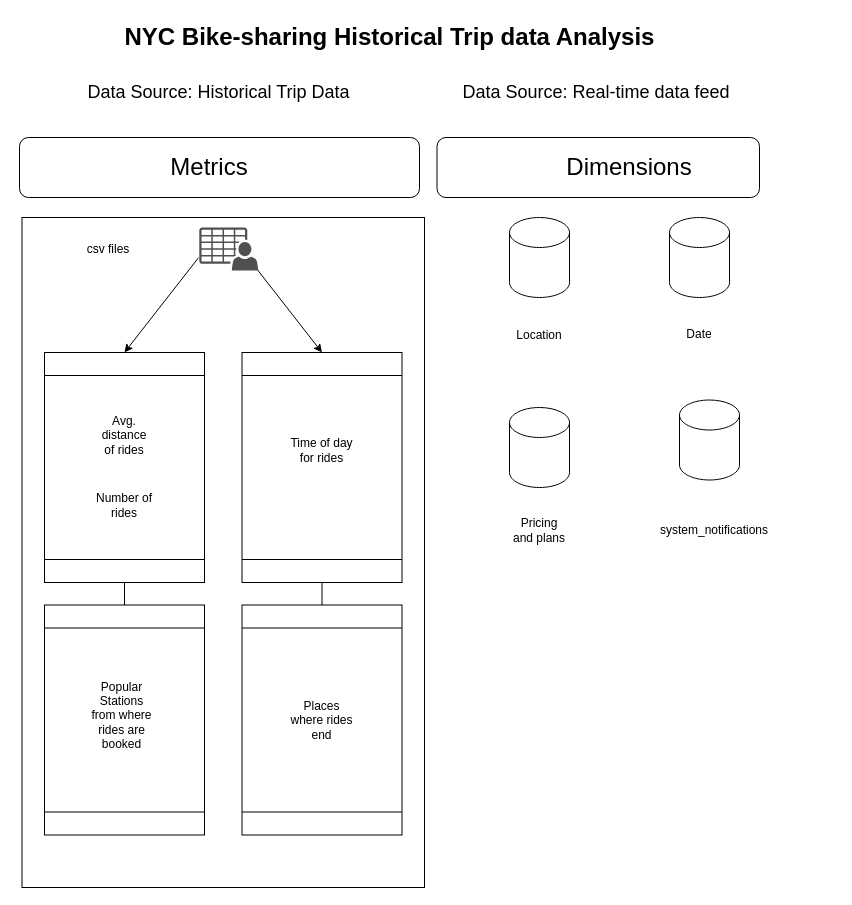
Earlier version of the draw.io diagram meetapandit_conceptual_modeling.drawio (meetapandit/nyc-citibike-data-pipeline). Source tidied: cells renumbered, new cells numbered last; positions are measured from the earlier drawing's top-left corner, leaving out a move shared by most shapes. Both pictures are drawn from the tidied source at 100%, with x=0, y=0 at pixel (9, 17).
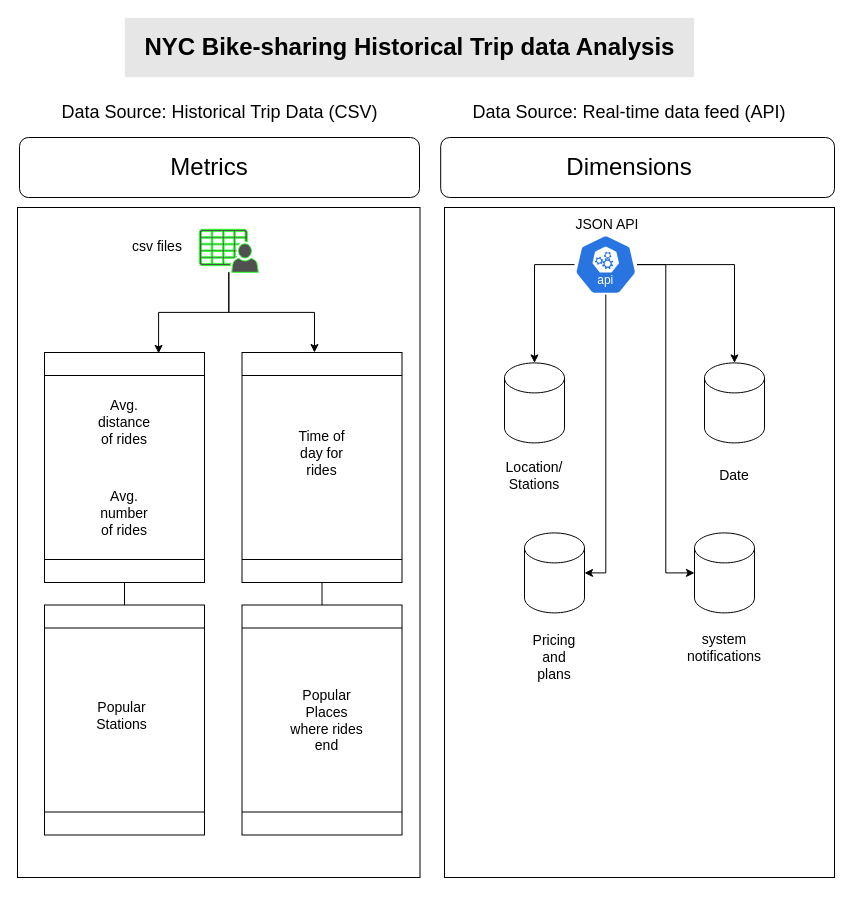
The same page after the edit.

Commit message (it also covers changes not shown here):
updated conceptual model

Unchanged cells that the change refers to:
```xml
<mxCell id="4" style="shape=process;whiteSpace=wrap;html=1;backgroundOutline=1;rotation=-90;" parent="1" vertex="1">
  <mxGeometry y="370" width="230" height="160" as="geometry" />
</mxCell>
<mxCell id="5" style="shape=process;whiteSpace=wrap;html=1;backgroundOutline=1;rotation=-90;" parent="1" vertex="1">
  <mxGeometry x="197.5" y="370" width="230" height="160" as="geometry" />
</mxCell>
```

What changed in the source:
```diff
@@
+    <mxCell id="33" style="rounded=0;whiteSpace=wrap;html=1;fillColor=#E6E6E6;strokeColor=#FCFCFC;" parent="1" vertex="1">
+      <mxGeometry x="115" width="570" height="60" as="geometry" />
+    </mxCell>
+    <mxCell id="34" style="rounded=0;whiteSpace=wrap;html=1;" parent="1" vertex="1">
+      <mxGeometry x="435" y="190" width="390" height="670" as="geometry" />
+    </mxCell>
     <mxCell id="2" style="rounded=0;whiteSpace=wrap;html=1;" parent="1" vertex="1">
-      <mxGeometry x="12.5" y="200" width="402.5" height="670" as="geometry" />
+      <mxGeometry x="8" y="190" width="402.5" height="670" as="geometry" />
     </mxCell>
     <mxCell id="3" value="NYC Bike-sharing Historical Trip data Analysis" style="text;strokeColor=none;fillColor=none;html=1;fontSize=24;fontStyle=1;verticalAlign=middle;align=center;" parent="1" vertex="1">
-      <mxGeometry x="115" width="530" height="40" as="geometry" />
+      <mxGeometry x="135" y="10" width="530" height="40" as="geometry" />
     </mxCell>
@@
-    <mxCell id="6" value="Avg. distance of rides" style="text;html=1;align=center;verticalAlign=middle;whiteSpace=wrap;rounded=0;" parent="1" vertex="1">
-      <mxGeometry x="85" y="392.5" width="60" height="50" as="geometry" />
+    <mxCell id="6" value="&lt;font style=&quot;font-size: 14px;&quot;&gt;Avg. distance of rides&lt;/font&gt;" style="text;html=1;align=center;verticalAlign=middle;whiteSpace=wrap;rounded=0;" parent="1" vertex="1">
+      <mxGeometry x="85" y="380" width="60" height="50" as="geometry" />
     </mxCell>
-    <mxCell id="7" value="Number of rides" style="text;html=1;align=center;verticalAlign=middle;whiteSpace=wrap;rounded=0;" parent="1" vertex="1">
-      <mxGeometry x="85" y="472.5" width="60" height="30" as="geometry" />
+    <mxCell id="7" value="&lt;font style=&quot;font-size: 14px;&quot;&gt;Avg. number of rides&lt;/font&gt;" style="text;html=1;align=center;verticalAlign=middle;whiteSpace=wrap;rounded=0;" parent="1" vertex="1">
+      <mxGeometry x="85" y="472.5" width="60" height="47.5" as="geometry" />
     </mxCell>
-    <mxCell id="8" value="Time of day for rides" style="text;html=1;align=center;verticalAlign=middle;whiteSpace=wrap;rounded=0;" parent="1" vertex="1">
-      <mxGeometry x="280" y="412.5" width="65" height="40" as="geometry" />
+    <mxCell id="8" value="&lt;font style=&quot;font-size: 14px;&quot;&gt;Time of day for rides&lt;/font&gt;" style="text;html=1;align=center;verticalAlign=middle;whiteSpace=wrap;rounded=0;" parent="1" vertex="1">
+      <mxGeometry x="280" y="412.5" width="65" height="47.5" as="geometry" />
     </mxCell>
@@
-    <mxCell id="10" value="Popular Stations from where rides are booked" style="text;html=1;align=center;verticalAlign=middle;whiteSpace=wrap;rounded=0;" parent="1" vertex="1">
+    <mxCell id="10" value="&lt;font style=&quot;font-size: 14px;&quot;&gt;Popular Stations&lt;/font&gt;" style="text;html=1;align=center;verticalAlign=middle;whiteSpace=wrap;rounded=0;" parent="1" vertex="1">
       <mxGeometry x="80" y="662.5" width="65" height="70" as="geometry" />
     </mxCell>
@@
-    <mxCell id="12" value="Places where rides end" style="text;html=1;align=center;verticalAlign=middle;whiteSpace=wrap;rounded=0;" parent="1" vertex="1">
-      <mxGeometry x="280" y="682.5" width="65" height="40" as="geometry" />
+    <mxCell id="12" value="&lt;font style=&quot;font-size: 14px;&quot;&gt;Popular Places where rides end&lt;/font&gt;" style="text;html=1;align=center;verticalAlign=middle;whiteSpace=wrap;rounded=0;" parent="1" vertex="1">
+      <mxGeometry x="280" y="663.8" width="75" height="77.5" as="geometry" />
     </mxCell>
-    <mxCell id="13" style="endArrow=classic;html=1;rounded=0;exitX=0.005;exitY=0.63;exitDx=0;exitDy=0;exitPerimeter=0;entryX=1;entryY=0.5;entryDx=0;entryDy=0;" parent="1" edge="1" target="4">
-      <mxGeometry relative="1" as="geometry">
-        <mxPoint x="189" y="240.2" as="sourcePoint" />
-      </mxGeometry>
-    </mxCell>
-    <mxCell id="14" style="endArrow=classic;html=1;rounded=0;exitX=0.995;exitY=0.63;exitDx=0;exitDy=0;exitPerimeter=0;entryX=1;entryY=0.5;entryDx=0;entryDy=0;" parent="1" edge="1" target="5">
-      <mxGeometry relative="1" as="geometry">
-        <mxPoint x="238.5" y="240.2" as="sourcePoint" />
-      </mxGeometry>
-    </mxCell>
@@
-    <mxCell id="17" style="sketch=0;shadow=0;dashed=0;html=1;strokeColor=none;fillColor=#505050;labelPosition=center;verticalLabelPosition=bottom;verticalAlign=top;outlineConnect=0;align=center;shape=mxgraph.office.users.csv_file;" parent="1" vertex="1">
-      <mxGeometry x="189.8" y="210" width="59" height="43" as="geometry" />
+    <mxCell id="17" style="sketch=0;shadow=0;dashed=0;html=1;strokeColor=#33FF33;fillColor=#505050;labelPosition=center;verticalLabelPosition=bottom;verticalAlign=top;outlineConnect=0;align=center;shape=mxgraph.office.users.csv_file;" parent="1" vertex="1">
+      <mxGeometry x="189.8" y="211.8" width="59" height="43" as="geometry" />
     </mxCell>
-    <mxCell id="18" value="csv files" style="text;html=1;align=center;verticalAlign=middle;whiteSpace=wrap;rounded=0;" parent="1" vertex="1">
-      <mxGeometry x="68.8" y="216.5" width="60" height="30" as="geometry" />
+    <mxCell id="18" value="&lt;font style=&quot;font-size: 14px;&quot;&gt;csv files&lt;/font&gt;" style="text;html=1;align=center;verticalAlign=middle;whiteSpace=wrap;rounded=0;" parent="1" vertex="1">
+      <mxGeometry x="115" y="211.8" width="66.2" height="33.5" as="geometry" />
     </mxCell>
     <mxCell id="19" style="shape=cylinder3;whiteSpace=wrap;html=1;boundedLbl=1;backgroundOutline=1;size=15;" parent="1" vertex="1">
-      <mxGeometry x="500" y="200" width="60" height="80" as="geometry" />
+      <mxGeometry x="495" y="345.4" width="60" height="80" as="geometry" />
     </mxCell>
     <mxCell id="20" style="shape=cylinder3;whiteSpace=wrap;html=1;boundedLbl=1;backgroundOutline=1;size=15;" parent="1" vertex="1">
-      <mxGeometry x="660" y="200" width="60" height="80" as="geometry" />
+      <mxGeometry x="695" y="345.4" width="60" height="80" as="geometry" />
     </mxCell>
-    <mxCell id="21" value="Location" style="text;html=1;align=center;verticalAlign=middle;whiteSpace=wrap;rounded=0;" parent="1" vertex="1">
-      <mxGeometry x="500" y="302.5" width="60" height="30" as="geometry" />
+    <mxCell id="21" value="&lt;font style=&quot;font-size: 14px;&quot;&gt;Location/ Stations&lt;/font&gt;" style="text;html=1;align=center;verticalAlign=middle;whiteSpace=wrap;rounded=0;" parent="1" vertex="1">
+      <mxGeometry x="495" y="442.5" width="60" height="30" as="geometry" />
     </mxCell>
-    <mxCell id="22" value="Date" style="text;html=1;align=center;verticalAlign=middle;whiteSpace=wrap;rounded=0;" parent="1" vertex="1">
-      <mxGeometry x="660" y="302" width="60" height="30" as="geometry" />
+    <mxCell id="22" value="&lt;font style=&quot;font-size: 14px;&quot;&gt;Date&lt;/font&gt;" style="text;html=1;align=center;verticalAlign=middle;whiteSpace=wrap;rounded=0;" parent="1" vertex="1">
+      <mxGeometry x="695" y="442.5" width="60" height="30" as="geometry" />
     </mxCell>
     <mxCell id="23" style="shape=cylinder3;whiteSpace=wrap;html=1;boundedLbl=1;backgroundOutline=1;size=15;" parent="1" vertex="1">
-      <mxGeometry x="500" y="390" width="60" height="80" as="geometry" />
+      <mxGeometry x="515" y="515.4" width="60" height="80" as="geometry" />
     </mxCell>
-    <mxCell id="24" value="Pricing and plans" style="text;html=1;align=center;verticalAlign=middle;whiteSpace=wrap;rounded=0;" parent="1" vertex="1">
-      <mxGeometry x="500" y="497.5" width="60" height="30" as="geometry" />
+    <mxCell id="24" value="&lt;font style=&quot;font-size: 14px;&quot;&gt;Pricing and plans&lt;/font&gt;" style="text;html=1;align=center;verticalAlign=middle;whiteSpace=wrap;rounded=0;" parent="1" vertex="1">
+      <mxGeometry x="515" y="625.4" width="60" height="30" as="geometry" />
     </mxCell>
     <mxCell id="25" style="shape=cylinder3;whiteSpace=wrap;html=1;boundedLbl=1;backgroundOutline=1;size=15;" parent="1" vertex="1">
-      <mxGeometry x="670" y="382.5" width="60" height="80" as="geometry" />
+      <mxGeometry x="685" y="515.4" width="60" height="80" as="geometry" />
     </mxCell>
-    <mxCell id="26" value="system_notifications" style="text;html=1;align=center;verticalAlign=middle;whiteSpace=wrap;rounded=0;" parent="1" vertex="1">
-      <mxGeometry x="650" y="497.5" width="110" height="30" as="geometry" />
+    <mxCell id="26" value="&lt;font style=&quot;font-size: 14px;&quot;&gt;system&lt;/font&gt;&lt;div&gt;&lt;font style=&quot;font-size: 14px;&quot;&gt;notifications&lt;/font&gt;&lt;/div&gt;" style="text;html=1;align=center;verticalAlign=middle;whiteSpace=wrap;rounded=0;" parent="1" vertex="1">
+      <mxGeometry x="650" y="615.4" width="130" height="30" as="geometry" />
     </mxCell>
@@
     <mxCell id="29" style="rounded=1;whiteSpace=wrap;html=1;" parent="1" vertex="1">
-      <mxGeometry x="427.5" y="120" width="322.5" height="60" as="geometry" />
+      <mxGeometry x="431.2" y="120" width="393.8" height="60" as="geometry" />
     </mxCell>
@@
-    <mxCell id="31" value="&lt;font style=&quot;font-size: 18px;&quot;&gt;Data Source: Historical Trip Data&lt;/font&gt;" style="text;html=1;align=center;verticalAlign=middle;whiteSpace=wrap;rounded=0;shadow=1;" parent="1" vertex="1">
-      <mxGeometry x="12.5" y="60" width="392.5" height="30" as="geometry" />
+    <mxCell id="31" value="&lt;font style=&quot;font-size: 18px;&quot;&gt;Data Source: Historical Trip Data (CSV)&lt;/font&gt;" style="text;html=1;align=center;verticalAlign=middle;whiteSpace=wrap;rounded=0;shadow=1;" parent="1" vertex="1">
+      <mxGeometry x="13.8" y="80" width="392.5" height="30" as="geometry" />
     </mxCell>
-    <mxCell id="32" value="&lt;font style=&quot;font-size: 18px;&quot;&gt;Data Source: Real-time data feed&lt;/font&gt;" style="text;html=1;align=center;verticalAlign=middle;whiteSpace=wrap;rounded=0;shadow=1;" parent="1" vertex="1">
-      <mxGeometry x="427.5" y="60" width="317.5" height="30" as="geometry" />
+    <mxCell id="32" value="&lt;font style=&quot;font-size: 18px;&quot;&gt;Data Source: Real-time data feed (API)&lt;/font&gt;" style="text;html=1;align=center;verticalAlign=middle;whiteSpace=wrap;rounded=0;shadow=1;" parent="1" vertex="1">
+      <mxGeometry x="461.2" y="80" width="317.5" height="30" as="geometry" />
     </mxCell>
+    <mxCell id="35" style="edgeStyle=orthogonalEdgeStyle;rounded=0;jettySize=auto;html=1;" parent="1" edge="1" source="36" target="19">
+      <mxGeometry relative="1" as="geometry" />
+    </mxCell>
+    <mxCell id="36" style="sketch=0;html=1;dashed=0;whitespace=wrap;verticalLabelPosition=bottom;verticalAlign=top;fillColor=#2875E2;strokeColor=#ffffff;points=[[0.005,0.63,0],[0.1,0.2,0],[0.9,0.2,0],[0.5,0,0],[0.995,0.63,0],[0.72,0.99,0],[0.5,1,0],[0.28,0.99,0]];shape=mxgraph.kubernetes.icon2;kubernetesLabel=1;prIcon=api;" parent="1" vertex="1">
+      <mxGeometry x="565" y="217.1" width="62.5" height="60" as="geometry" />
+    </mxCell>
+    <mxCell id="37" style="edgeStyle=orthogonalEdgeStyle;rounded=0;jettySize=auto;html=1;entryX=0.996;entryY=0.713;entryDx=0;entryDy=0;entryPerimeter=0;" parent="1" edge="1" source="17" target="4">
+      <mxGeometry relative="1" as="geometry" />
+    </mxCell>
+    <mxCell id="38" style="edgeStyle=orthogonalEdgeStyle;rounded=0;jettySize=auto;html=1;entryX=1;entryY=0.453;entryDx=0;entryDy=0;entryPerimeter=0;" parent="1" edge="1" source="17" target="5">
+      <mxGeometry relative="1" as="geometry" />
+    </mxCell>
+    <mxCell id="39" style="edgeStyle=orthogonalEdgeStyle;rounded=0;jettySize=auto;html=1;entryX=0.5;entryY=0;entryDx=0;entryDy=0;entryPerimeter=0;" parent="1" edge="1" source="36" target="20">
+      <mxGeometry relative="1" as="geometry" />
+    </mxCell>
+    <mxCell id="40" style="edgeStyle=orthogonalEdgeStyle;rounded=0;jettySize=auto;html=1;entryX=1;entryY=0.5;entryDx=0;entryDy=0;entryPerimeter=0;" parent="1" edge="1" source="36" target="23">
+      <mxGeometry relative="1" as="geometry" />
+    </mxCell>
+    <mxCell id="41" style="edgeStyle=orthogonalEdgeStyle;rounded=0;jettySize=auto;html=1;entryX=0;entryY=0.5;entryDx=0;entryDy=0;entryPerimeter=0;" parent="1" edge="1" source="36" target="25">
+      <mxGeometry relative="1" as="geometry" />
+    </mxCell>
+    <mxCell id="42" value="&lt;font style=&quot;font-size: 14px;&quot;&gt;JSON API&lt;/font&gt;" style="text;html=1;align=center;verticalAlign=middle;whiteSpace=wrap;rounded=0;" parent="1" vertex="1">
+      <mxGeometry x="565" y="190" width="66.2" height="33.5" as="geometry" />
+    </mxCell>
```
